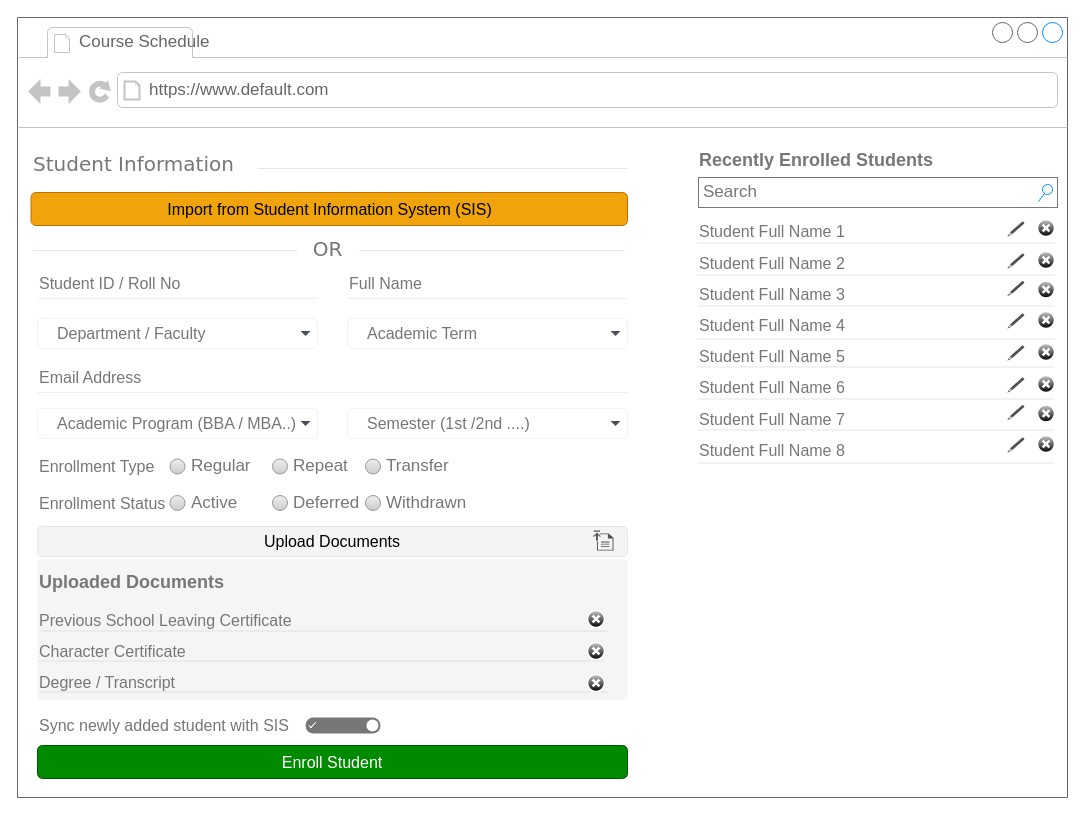
Before: page "Course Schedule" (6 of 6) of 02 - LMS-SysCollege/04 - UI_Designs/WireFrame.drawio in ZohaibWaqarMalik/Technical-Business-Analyst-Projects, a draw.io diagram. Source tidied: cells renumbered, new cells numbered last; positions are measured from the earlier drawing's top-left corner, leaving out a move shared by most shapes. Both pictures are drawn from the tidied source at 100%, with x=0, y=0 at pixel (17, 17).
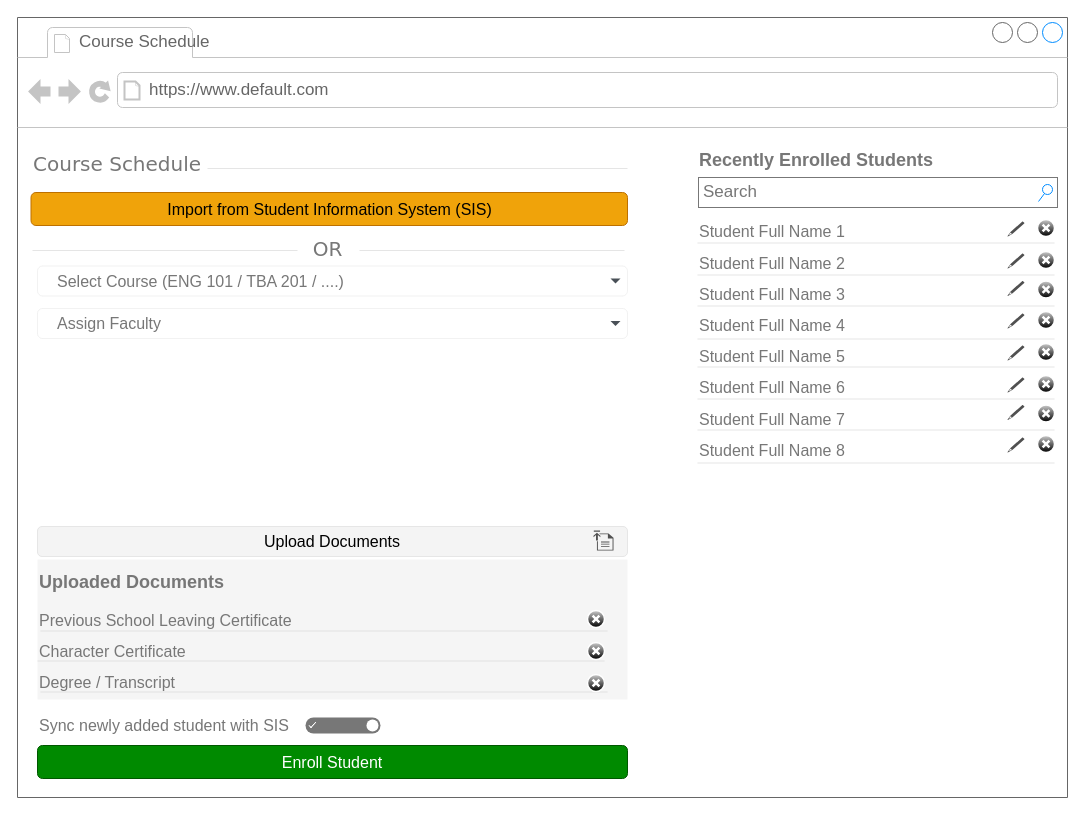
Above is the later version.

Commit message (it also covers changes not shown here):
Update Wireframe Course Schedule

Unchanged cells that the change refers to:
```xml
<mxCell id="2" style="strokeWidth=1;shadow=0;dashed=0;align=center;html=1;shape=mxgraph.mockup.containers.browserWindow;rSize=0;strokeColor=#666666;mainText=,;rounded=0;labelBackgroundColor=none;fontFamily=Verdana;fontSize=12;" parent="1" vertex="1">
  <mxGeometry width="1050" height="780" as="geometry" />
</mxCell>
```

What changed in the source:
```diff
@@
-    <mxCell id="5" value="&lt;font style=&quot;font-size: 20px;&quot;&gt;Student Information&lt;/font&gt;" style="text;html=1;align=left;verticalAlign=middle;spacingTop=-4;fontSize=30;fontFamily=Verdana;fontColor=#777777;" parent="2" vertex="1">
+    <mxCell id="5" value="&lt;font style=&quot;font-size: 20px;&quot;&gt;Course Schedule&lt;/font&gt;" style="text;html=1;align=left;verticalAlign=middle;spacingTop=-4;fontSize=30;fontFamily=Verdana;fontColor=#777777;" parent="2" vertex="1">
       <mxGeometry x="13.5" y="130" width="206.5" height="30" as="geometry" />
     </mxCell>
-    <mxCell id="6" value="Student ID / Roll No" style="text;fontSize=16;verticalAlign=middle;strokeColor=none;fillColor=none;whiteSpace=wrap;html=1;fontColor=#777777;" parent="2" vertex="1">
-      <mxGeometry x="20" y="251" width="280" height="30" as="geometry" />
-    </mxCell>
-    <mxCell id="7" style="dashed=0;shape=line;strokeWidth=1;noLabel=1;strokeColor=#eeeeee;" parent="2" vertex="1">
-      <mxGeometry x="20" y="276" width="280" height="10" as="geometry" />
-    </mxCell>
     <mxCell id="8" style="dashed=0;shape=line;strokeWidth=1;noLabel=1;strokeColor=#cccccc;opacity=50;fontSize=14;" parent="2" vertex="1">
-      <mxGeometry x="240" y="146" width="370" height="10" as="geometry" />
+      <mxGeometry x="190" y="146" width="420" height="10" as="geometry" />
     </mxCell>
-    <mxCell id="9" value="Full Name" style="text;fontSize=16;verticalAlign=middle;strokeColor=none;fillColor=none;whiteSpace=wrap;html=1;fontColor=#777777;" parent="2" vertex="1">
-      <mxGeometry x="330" y="251" width="280" height="30" as="geometry" />
-    </mxCell>
-    <mxCell id="10" style="dashed=0;shape=line;strokeWidth=1;noLabel=1;strokeColor=#eeeeee;" parent="2" vertex="1">
-      <mxGeometry x="330" y="276" width="280" height="10" as="geometry" />
-    </mxCell>
-    <mxCell id="11" value="&lt;font style=&quot;font-size: 16px;&quot;&gt;Department / Faculty&lt;/font&gt;" style="html=1;shadow=0;dashed=0;shape=mxgraph.bootstrap.rrect;rSize=5;strokeColor=#777777;strokeWidth=0;fillColor=#ffffff;fontColor=#777777;whiteSpace=wrap;align=left;verticalAlign=middle;fontStyle=0;fontSize=18;spacing=20;" parent="2" vertex="1">
-      <mxGeometry x="20" y="301" width="280" height="30" as="geometry" />
+    <mxCell id="11" value="&lt;font style=&quot;font-size: 16px;&quot;&gt;Select Course (ENG 101 / TBA 201 / ....)&lt;/font&gt;" style="html=1;shadow=0;dashed=0;shape=mxgraph.bootstrap.rrect;rSize=5;strokeColor=#777777;strokeWidth=0;fillColor=#ffffff;fontColor=#777777;whiteSpace=wrap;align=left;verticalAlign=middle;fontStyle=0;fontSize=18;spacing=20;" parent="2" vertex="1">
+      <mxGeometry x="20" y="248.5" width="590" height="30" as="geometry" />
     </mxCell>
@@
-    <mxCell id="13" value="&lt;font style=&quot;font-size: 16px;&quot;&gt;Academic Term&lt;/font&gt;" style="html=1;shadow=0;dashed=0;shape=mxgraph.bootstrap.rrect;rSize=5;strokeColor=#777777;strokeWidth=0;fillColor=#ffffff;fontColor=#777777;whiteSpace=wrap;align=left;verticalAlign=middle;fontStyle=0;fontSize=18;spacing=20;" parent="2" vertex="1">
-      <mxGeometry x="330" y="301" width="280" height="30" as="geometry" />
+    <mxCell id="13" value="&lt;font style=&quot;font-size: 16px;&quot;&gt;Assign Faculty&lt;/font&gt;" style="html=1;shadow=0;dashed=0;shape=mxgraph.bootstrap.rrect;rSize=5;strokeColor=#777777;strokeWidth=0;fillColor=#ffffff;fontColor=#777777;whiteSpace=wrap;align=left;verticalAlign=middle;fontStyle=0;fontSize=18;spacing=20;" parent="2" vertex="1">
+      <mxGeometry x="20" y="291" width="590" height="30" as="geometry" />
     </mxCell>
@@
-    <mxCell id="15" value="Email Address" style="text;fontSize=16;verticalAlign=middle;strokeColor=none;fillColor=none;whiteSpace=wrap;html=1;fontColor=#777777;" parent="2" vertex="1">
-      <mxGeometry x="20" y="345" width="590" height="30" as="geometry" />
-    </mxCell>
-    <mxCell id="16" style="dashed=0;shape=line;strokeWidth=1;noLabel=1;strokeColor=#eeeeee;" parent="2" vertex="1">
-      <mxGeometry x="20" y="370" width="590" height="10" as="geometry" />
-    </mxCell>
@@
-    <mxCell id="30" value="&lt;font style=&quot;font-size: 16px;&quot;&gt;Academic Program (BBA / MBA..)&lt;/font&gt;" style="html=1;shadow=0;dashed=0;shape=mxgraph.bootstrap.rrect;rSize=5;strokeColor=#777777;strokeWidth=0;fillColor=#ffffff;fontColor=#777777;whiteSpace=wrap;align=left;verticalAlign=middle;fontStyle=0;fontSize=18;spacing=20;" parent="2" vertex="1">
-      <mxGeometry x="20" y="391" width="280" height="30" as="geometry" />
-    </mxCell>
-    <mxCell id="31" style="shape=triangle;direction=south;fillColor=#495057;strokeColor=none;perimeter=none;" parent="30" vertex="1">
-      <mxGeometry x="1" y="0.5" width="10" height="5" relative="1" as="geometry">
-        <mxPoint x="-17" y="-2.5" as="offset" />
-      </mxGeometry>
-    </mxCell>
@@
-    <mxCell id="35" value="&lt;font style=&quot;font-size: 16px;&quot;&gt;Semester (1st /2nd ....)&lt;/font&gt;" style="html=1;shadow=0;dashed=0;shape=mxgraph.bootstrap.rrect;rSize=5;strokeColor=#777777;strokeWidth=0;fillColor=#ffffff;fontColor=#777777;whiteSpace=wrap;align=left;verticalAlign=middle;fontStyle=0;fontSize=18;spacing=20;" parent="2" vertex="1">
-      <mxGeometry x="330" y="391" width="280" height="30" as="geometry" />
-    </mxCell>
-    <mxCell id="36" style="shape=triangle;direction=south;fillColor=#495057;strokeColor=none;perimeter=none;" parent="35" vertex="1">
-      <mxGeometry x="1" y="0.5" width="10" height="5" relative="1" as="geometry">
-        <mxPoint x="-17" y="-2.5" as="offset" />
-      </mxGeometry>
-    </mxCell>
-    <mxCell id="37" value="Enrollment Type" style="text;fontSize=16;verticalAlign=middle;strokeColor=none;fillColor=none;whiteSpace=wrap;html=1;fontColor=#777777;" parent="2" vertex="1">
-      <mxGeometry x="20" y="434" width="130" height="30" as="geometry" />
-    </mxCell>
-    <mxCell id="38" value="&lt;font style=&quot;color: rgb(119, 119, 119);&quot;&gt;Regular&lt;/font&gt;" style="shape=ellipse;fillColor=#eeeeee;strokeColor=#999999;gradientColor=#cccccc;html=1;align=left;spacingLeft=4;fontSize=17;fontColor=#666666;labelPosition=right;shadow=0;" parent="2" vertex="1">
-      <mxGeometry x="152.5" y="441.5" width="15" height="15" as="geometry" />
-    </mxCell>
-    <mxCell id="39" value="&lt;font style=&quot;color: rgb(119, 119, 119);&quot;&gt;Repeat&lt;/font&gt;" style="shape=ellipse;fillColor=#eeeeee;strokeColor=#999999;gradientColor=#cccccc;html=1;align=left;spacingLeft=4;fontSize=17;fontColor=#666666;labelPosition=right;shadow=0;" parent="2" vertex="1">
-      <mxGeometry x="255" y="441.5" width="15" height="15" as="geometry" />
-    </mxCell>
-    <mxCell id="40" value="&lt;font style=&quot;color: rgb(119, 119, 119);&quot;&gt;Transfer&lt;/font&gt;" style="shape=ellipse;fillColor=#eeeeee;strokeColor=#999999;gradientColor=#cccccc;html=1;align=left;spacingLeft=4;fontSize=17;fontColor=#666666;labelPosition=right;shadow=0;" parent="2" vertex="1">
-      <mxGeometry x="348" y="441.5" width="15" height="15" as="geometry" />
-    </mxCell>
-    <mxCell id="41" value="Enrollment Status" style="text;fontSize=16;verticalAlign=middle;strokeColor=none;fillColor=none;whiteSpace=wrap;html=1;fontColor=#777777;" parent="2" vertex="1">
-      <mxGeometry x="20" y="470.5" width="130" height="30" as="geometry" />
-    </mxCell>
-    <mxCell id="42" value="&lt;font style=&quot;color: rgb(119, 119, 119);&quot;&gt;Active&lt;/font&gt;" style="shape=ellipse;fillColor=#eeeeee;strokeColor=#999999;gradientColor=#cccccc;html=1;align=left;spacingLeft=4;fontSize=17;fontColor=#666666;labelPosition=right;shadow=0;" parent="2" vertex="1">
-      <mxGeometry x="152.5" y="478" width="15" height="15" as="geometry" />
-    </mxCell>
-    <mxCell id="43" value="&lt;font style=&quot;color: rgb(119, 119, 119);&quot;&gt;Deferred&lt;/font&gt;" style="shape=ellipse;fillColor=#eeeeee;strokeColor=#999999;gradientColor=#cccccc;html=1;align=left;spacingLeft=4;fontSize=17;fontColor=#666666;labelPosition=right;shadow=0;" parent="2" vertex="1">
-      <mxGeometry x="255" y="478" width="15" height="15" as="geometry" />
-    </mxCell>
-    <mxCell id="44" value="&lt;font style=&quot;color: rgb(119, 119, 119);&quot;&gt;Withdrawn&lt;/font&gt;" style="shape=ellipse;fillColor=#eeeeee;strokeColor=#999999;gradientColor=#cccccc;html=1;align=left;spacingLeft=4;fontSize=17;fontColor=#666666;labelPosition=right;shadow=0;" parent="2" vertex="1">
-      <mxGeometry x="348" y="478" width="15" height="15" as="geometry" />
-    </mxCell>
```
